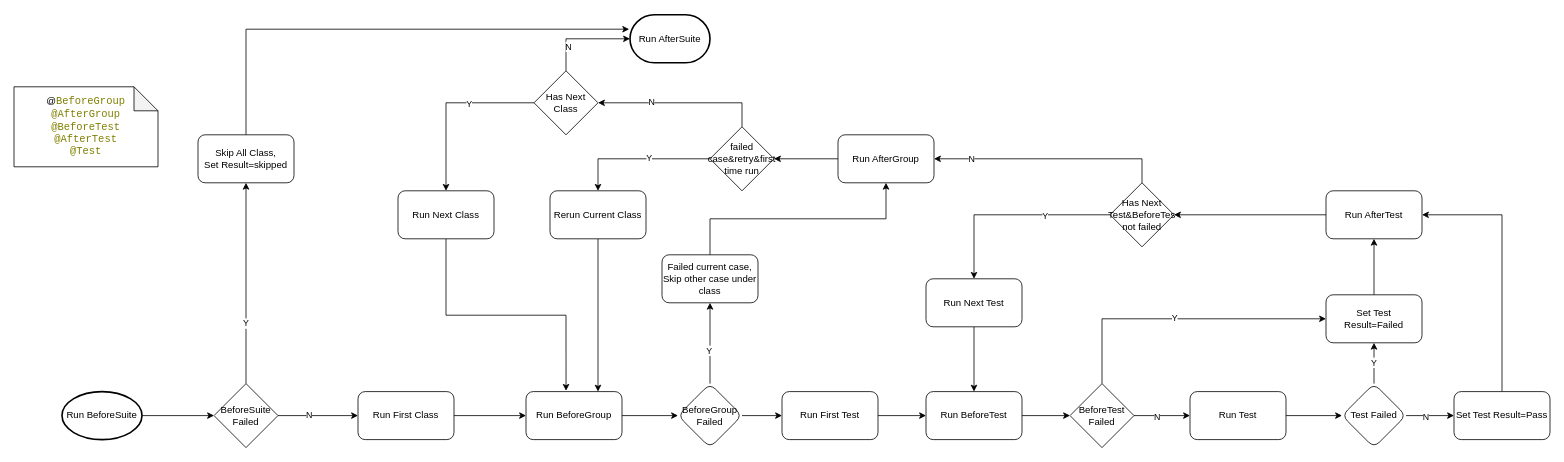
Above: page "Run Test" (3 of 5) of App Automation 2.0.drawio in michellec2021/appium-demo (draw.io), before the change. Source tidied: cells renumbered, new cells numbered last; positions are measured from the earlier drawing's top-left corner, leaving out a move shared by most shapes. Both pictures are drawn from the tidied source at 80%, with x=0, y=0 at pixel (14, 14).
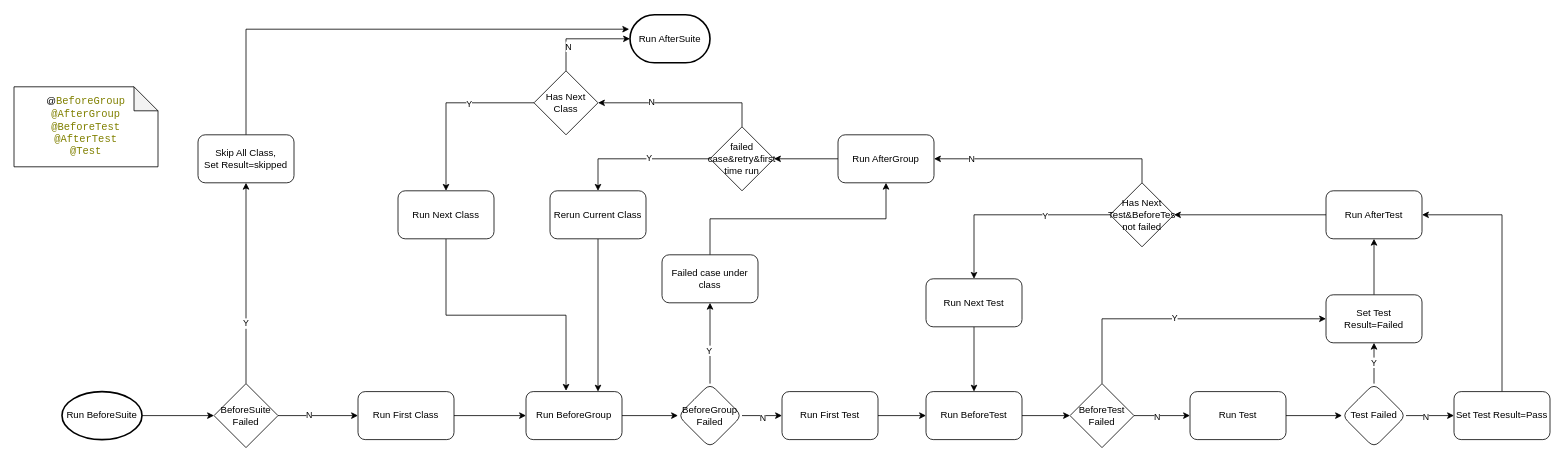
Above is the later version.

The change refers to these unchanged cells:
```xml
<mxCell id="9" style="edgeStyle=orthogonalEdgeStyle;rounded=0;jettySize=auto;html=1;exitX=1;exitY=0.5;exitDx=0;exitDy=0;entryX=0;entryY=0.5;entryDx=0;entryDy=0;" parent="1" edge="1" source="10" target="56">
  <mxGeometry relative="1" as="geometry" />
</mxCell>
```

What changed in the source:
```diff
@@
+    <mxCell id="67" value="N" style="edgeLabel;html=1;align=center;verticalAlign=middle;" parent="9" vertex="1">
+      <mxGeometry y="-1" relative="1" as="geometry">
+        <mxPoint y="1" as="offset" />
+      </mxGeometry>
+    </mxCell>
@@
-    <mxCell id="43" value="Failed current case,&lt;br&gt;Skip other case under class" style="rounded=1;whiteSpace=wrap;html=1;" parent="1" vertex="1">
+    <mxCell id="43" value="Failed case under class" style="rounded=1;whiteSpace=wrap;html=1;" parent="1" vertex="1">
       <mxGeometry x="810" y="300" width="120" height="60" as="geometry" />
     </mxCell>
```
